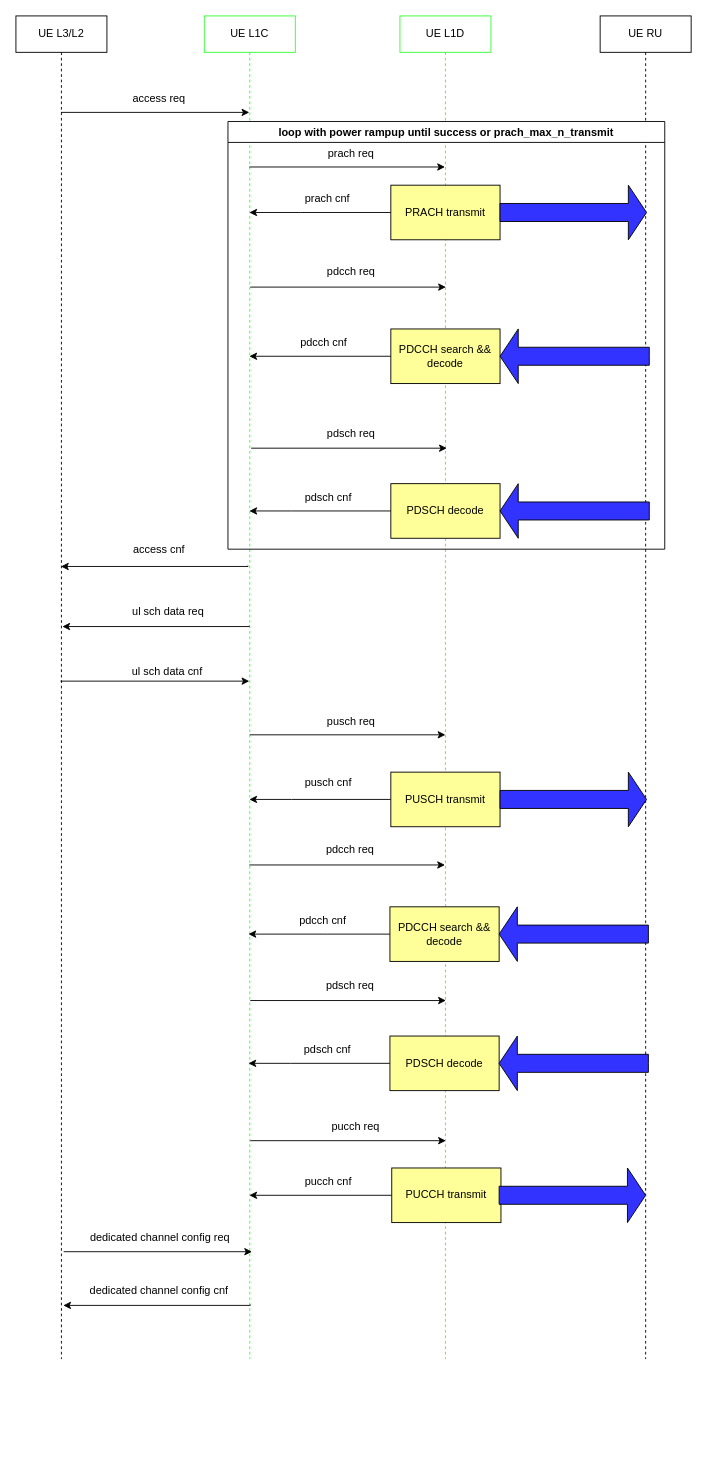
wubobupt/drawio keeps this draw.io diagram as page "random access procedure" (13 of 15) of 1.drawio. Above is the earlier version. Source tidied: cells renumbered, new cells numbered last; positions are measured from the earlier drawing's top-left corner, leaving out a move shared by most shapes. Both pictures are drawn from the tidied source at 91%, with x=0, y=0 at pixel (15, 15).
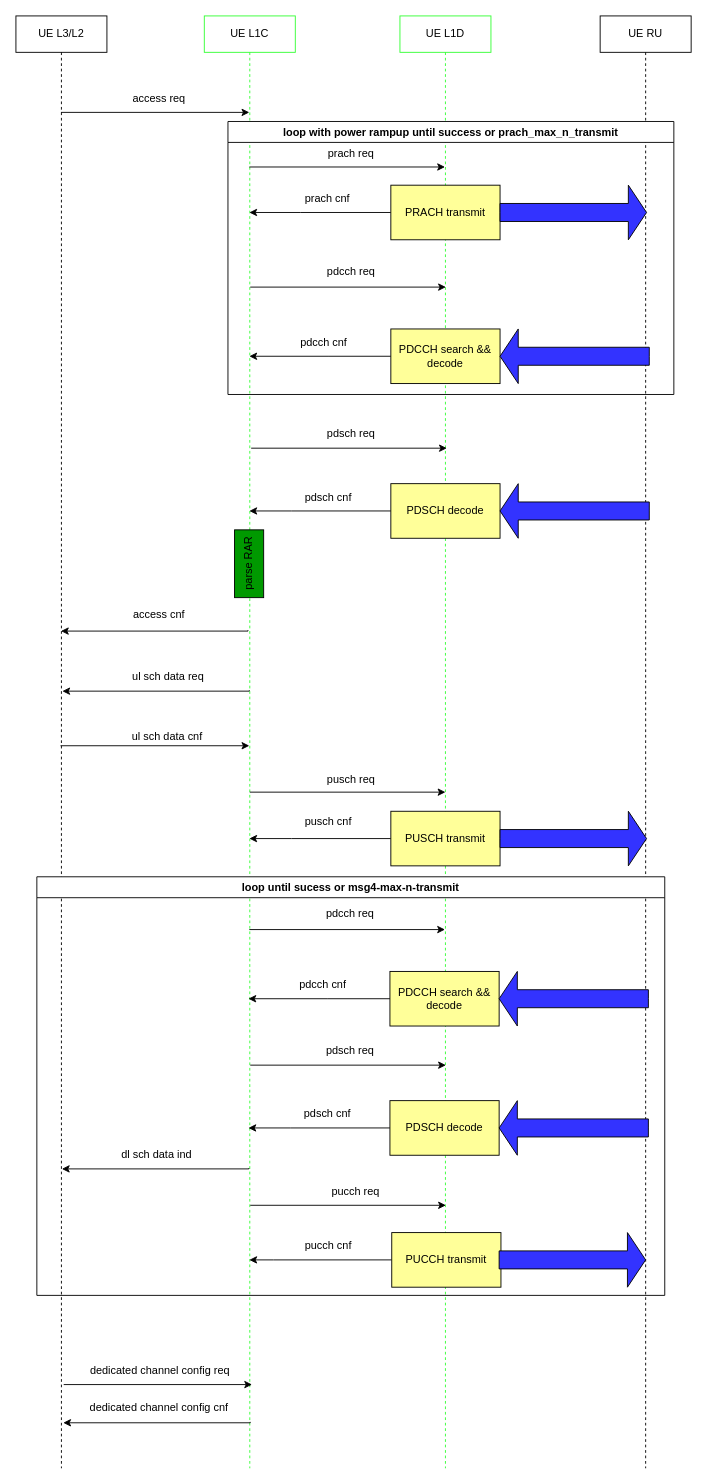
After the change.

Change to the diagram source:
```diff
@@
     <mxCell id="2" value="UE L3/L2" style="shape=umlLifeline;perimeter=lifelinePerimeter;whiteSpace=wrap;html=1;newEdgeStyle={&quot;curved&quot;:0,&quot;rounded&quot;:0};" parent="1" vertex="1">
-      <mxGeometry width="100" height="1476" as="geometry" />
+      <mxGeometry width="100" height="1596" as="geometry" />
     </mxCell>
     <mxCell id="3" value="UE L1C" style="shape=umlLifeline;perimeter=lifelinePerimeter;whiteSpace=wrap;html=1;outlineConnect=0;portConstraint=eastwest;newEdgeStyle={&quot;curved&quot;:0,&quot;rounded&quot;:0};strokeColor=#33FF33;" parent="1" vertex="1">
-      <mxGeometry x="207" width="100" height="1476" as="geometry" />
+      <mxGeometry x="207" width="100" height="1596" as="geometry" />
     </mxCell>
     <mxCell id="4" value="UE L1D" style="shape=umlLifeline;perimeter=lifelinePerimeter;whiteSpace=wrap;html=1;newEdgeStyle={&quot;curved&quot;:0,&quot;rounded&quot;:0};strokeColor=#33FF33;" parent="1" vertex="1">
-      <mxGeometry x="422" width="100" height="1476" as="geometry" />
+      <mxGeometry x="422" width="100" height="1596" as="geometry" />
     </mxCell>
     <mxCell id="5" value="UE RU" style="shape=umlLifeline;perimeter=lifelinePerimeter;whiteSpace=wrap;html=1;newEdgeStyle={&quot;curved&quot;:0,&quot;rounded&quot;:0};" parent="1" vertex="1">
-      <mxGeometry x="642" width="100" height="1476" as="geometry" />
+      <mxGeometry x="642" width="100" height="1596" as="geometry" />
     </mxCell>
@@
     <mxCell id="14" style="edgeStyle=orthogonalEdgeStyle;rounded=0;orthogonalLoop=1;jettySize=auto;html=1;exitX=0;exitY=0.5;exitDx=0;exitDy=0;" parent="1" edge="1">
       <mxGeometry relative="1" as="geometry">
-        <mxPoint x="255" y="604" as="sourcePoint" />
-        <mxPoint x="49.5" y="605" as="targetPoint" />
+        <mxPoint x="255" y="675" as="sourcePoint" />
+        <mxPoint x="49.5" y="676" as="targetPoint" />
         <Array as="points">
-          <mxPoint x="255" y="605" />
+          <mxPoint x="255" y="676" />
         </Array>
       </mxGeometry>
     </mxCell>
     <mxCell id="15" value="access cnf" style="text;html=1;align=center;verticalAlign=middle;strokeColor=none;fillColor=none;" parent="1" vertex="1">
-      <mxGeometry x="117" y="572" width="80" height="30" as="geometry" />
+      <mxGeometry x="117" y="643" width="80" height="30" as="geometry" />
     </mxCell>
@@
     <mxCell id="22" style="edgeStyle=none;orthogonalLoop=1;jettySize=auto;html=1;rounded=0;" parent="1" edge="1">
       <mxGeometry relative="1" as="geometry">
-        <mxPoint x="52.5" y="1358" as="sourcePoint" />
-        <mxPoint x="259.5" y="1358" as="targetPoint" />
+        <mxPoint x="52.5" y="1504" as="sourcePoint" />
+        <mxPoint x="259.5" y="1504" as="targetPoint" />
       </mxGeometry>
     </mxCell>
     <mxCell id="23" value="dedicated channel config req" style="text;html=1;align=center;verticalAlign=middle;strokeColor=none;fillColor=none;" parent="1" vertex="1">
-      <mxGeometry x="68" y="1328" width="180" height="30" as="geometry" />
+      <mxGeometry x="68" y="1474" width="180" height="30" as="geometry" />
     </mxCell>
     <mxCell id="24" style="edgeStyle=orthogonalEdgeStyle;rounded=0;orthogonalLoop=1;jettySize=auto;html=1;exitX=0;exitY=0.5;exitDx=0;exitDy=0;" parent="1" edge="1">
       <mxGeometry relative="1" as="geometry">
-        <mxPoint x="257.5" y="1416" as="sourcePoint" />
-        <mxPoint x="52" y="1417" as="targetPoint" />
+        <mxPoint x="257.5" y="1545" as="sourcePoint" />
+        <mxPoint x="52" y="1546" as="targetPoint" />
         <Array as="points">
-          <mxPoint x="257.5" y="1417" />
+          <mxPoint x="257.5" y="1546" />
         </Array>
       </mxGeometry>
     </mxCell>
     <mxCell id="25" value="dedicated channel config cnf" style="text;html=1;align=center;verticalAlign=middle;strokeColor=none;fillColor=none;" parent="1" vertex="1">
-      <mxGeometry x="67" y="1386" width="180" height="30" as="geometry" />
+      <mxGeometry x="67" y="1515" width="180" height="30" as="geometry" />
     </mxCell>
@@
     <mxCell id="32" style="edgeStyle=none;orthogonalLoop=1;jettySize=auto;html=1;rounded=0;" parent="1" edge="1">
       <mxGeometry relative="1" as="geometry">
-        <mxPoint x="257" y="790" as="sourcePoint" />
-        <mxPoint x="472" y="790" as="targetPoint" />
+        <mxPoint x="257" y="853" as="sourcePoint" />
+        <mxPoint x="472" y="853" as="targetPoint" />
       </mxGeometry>
     </mxCell>
     <mxCell id="33" value="pusch req" style="text;html=1;align=center;verticalAlign=middle;strokeColor=none;fillColor=none;" parent="1" vertex="1">
-      <mxGeometry x="328" y="761" width="80" height="30" as="geometry" />
+      <mxGeometry x="328" y="824" width="80" height="30" as="geometry" />
     </mxCell>
     <mxCell id="34" style="edgeStyle=orthogonalEdgeStyle;rounded=0;jettySize=auto;html=1;exitX=0;exitY=0.5;exitDx=0;exitDy=0;" parent="1" edge="1" source="35">
       <mxGeometry relative="1" as="geometry">
-        <mxPoint x="256.5" y="861" as="targetPoint" />
+        <mxPoint x="256.5" y="904" as="targetPoint" />
         <Array as="points">
-          <mxPoint x="303" y="861" />
-          <mxPoint x="303" y="861" />
+          <mxPoint x="303" y="904" />
+          <mxPoint x="303" y="904" />
         </Array>
       </mxGeometry>
     </mxCell>
     <mxCell id="35" value="PUSCH transmit" style="whiteSpace=wrap;html=1;fillColor=#FFFF99;" parent="1" vertex="1">
-      <mxGeometry x="412" y="831" width="120" height="60" as="geometry" />
+      <mxGeometry x="412" y="874" width="120" height="60" as="geometry" />
     </mxCell>
     <mxCell id="36" value="pusch cnf" style="text;html=1;align=center;verticalAlign=middle;strokeColor=none;fillColor=none;" parent="1" vertex="1">
-      <mxGeometry x="308" y="828" width="70" height="30" as="geometry" />
+      <mxGeometry x="308" y="871" width="70" height="30" as="geometry" />
     </mxCell>
     <mxCell id="37" style="html=1;shadow=0;dashed=0;align=center;verticalAlign=middle;shape=mxgraph.arrows2.arrow;dy=0.67;dx=20;notch=0;rotation=0;fillColor=#3333FF;" parent="1" vertex="1">
-      <mxGeometry x="532" y="831" width="161" height="60" as="geometry" />
+      <mxGeometry x="532" y="874" width="161" height="60" as="geometry" />
     </mxCell>
     <mxCell id="38" style="edgeStyle=orthogonalEdgeStyle;rounded=0;jettySize=auto;html=1;exitX=0;exitY=0.5;exitDx=0;exitDy=0;" parent="1" edge="1" source="39">
       <mxGeometry relative="1" as="geometry">
-        <mxPoint x="255.5" y="1009" as="targetPoint" />
+        <mxPoint x="255.5" y="1080" as="targetPoint" />
         <Array as="points">
-          <mxPoint x="342" y="1009" />
-          <mxPoint x="342" y="1009" />
+          <mxPoint x="342" y="1080" />
+          <mxPoint x="342" y="1080" />
         </Array>
       </mxGeometry>
     </mxCell>
     <mxCell id="39" value="PDCCH search &amp;amp;&amp;amp; decode" style="whiteSpace=wrap;html=1;fillColor=#FFFF99;" parent="1" vertex="1">
-      <mxGeometry x="411" y="979" width="120" height="60" as="geometry" />
+      <mxGeometry x="411" y="1050" width="120" height="60" as="geometry" />
     </mxCell>
     <mxCell id="40" style="html=1;shadow=0;dashed=0;align=center;verticalAlign=middle;shape=mxgraph.arrows2.arrow;dy=0.67;dx=20;notch=0;rotation=-180;fillColor=#3333FF;" parent="1" vertex="1">
-      <mxGeometry x="531" y="979" width="164" height="60" as="geometry" />
+      <mxGeometry x="531" y="1050" width="164" height="60" as="geometry" />
     </mxCell>
     <mxCell id="41" value="pdcch cnf" style="text;html=1;align=center;verticalAlign=middle;strokeColor=none;fillColor=none;" parent="1" vertex="1">
-      <mxGeometry x="302" y="979" width="70" height="30" as="geometry" />
+      <mxGeometry x="302" y="1050" width="70" height="30" as="geometry" />
     </mxCell>
     <mxCell id="42" style="edgeStyle=none;orthogonalLoop=1;jettySize=auto;html=1;rounded=0;" parent="1" edge="1">
       <mxGeometry relative="1" as="geometry">
-        <mxPoint x="257.5" y="1082" as="sourcePoint" />
-        <mxPoint x="472.5" y="1082" as="targetPoint" />
+        <mxPoint x="257.5" y="1153" as="sourcePoint" />
+        <mxPoint x="472.5" y="1153" as="targetPoint" />
       </mxGeometry>
     </mxCell>
     <mxCell id="43" value="pdsch req" style="text;html=1;align=center;verticalAlign=middle;strokeColor=none;fillColor=none;" parent="1" vertex="1">
-      <mxGeometry x="327" y="1051" width="80" height="30" as="geometry" />
+      <mxGeometry x="327" y="1122" width="80" height="30" as="geometry" />
     </mxCell>
     <mxCell id="44" style="edgeStyle=orthogonalEdgeStyle;rounded=0;jettySize=auto;html=1;exitX=0;exitY=0.5;exitDx=0;exitDy=0;" parent="1" edge="1" source="45">
       <mxGeometry relative="1" as="geometry">
-        <mxPoint x="255.5" y="1151" as="targetPoint" />
+        <mxPoint x="255.5" y="1222" as="targetPoint" />
         <Array as="points">
-          <mxPoint x="302" y="1151" />
-          <mxPoint x="302" y="1151" />
+          <mxPoint x="302" y="1222" />
+          <mxPoint x="302" y="1222" />
         </Array>
       </mxGeometry>
     </mxCell>
     <mxCell id="45" value="PDSCH decode" style="whiteSpace=wrap;html=1;fillColor=#FFFF99;" parent="1" vertex="1">
-      <mxGeometry x="411" y="1121" width="120" height="60" as="geometry" />
+      <mxGeometry x="411" y="1192" width="120" height="60" as="geometry" />
     </mxCell>
     <mxCell id="46" value="pdsch cnf" style="text;html=1;align=center;verticalAlign=middle;strokeColor=none;fillColor=none;" parent="1" vertex="1">
-      <mxGeometry x="307" y="1121" width="70" height="30" as="geometry" />
+      <mxGeometry x="307" y="1192" width="70" height="30" as="geometry" />
     </mxCell>
     <mxCell id="47" style="html=1;shadow=0;dashed=0;align=center;verticalAlign=middle;shape=mxgraph.arrows2.arrow;dy=0.67;dx=20;notch=0;rotation=-180;fillColor=#3333FF;" parent="1" vertex="1">
-      <mxGeometry x="531" y="1121" width="164" height="60" as="geometry" />
+      <mxGeometry x="531" y="1192" width="164" height="60" as="geometry" />
     </mxCell>
     <mxCell id="48" style="edgeStyle=none;orthogonalLoop=1;jettySize=auto;html=1;rounded=0;" parent="1" edge="1">
       <mxGeometry relative="1" as="geometry">
-        <mxPoint x="256.5" y="933" as="sourcePoint" />
-        <mxPoint x="471.5" y="933" as="targetPoint" />
+        <mxPoint x="256.5" y="1004" as="sourcePoint" />
+        <mxPoint x="471.5" y="1004" as="targetPoint" />
       </mxGeometry>
     </mxCell>
     <mxCell id="49" value="pdcch req" style="text;html=1;align=center;verticalAlign=middle;strokeColor=none;fillColor=none;" parent="1" vertex="1">
-      <mxGeometry x="327" y="901" width="80" height="30" as="geometry" />
+      <mxGeometry x="327" y="972" width="80" height="30" as="geometry" />
     </mxCell>
     <mxCell id="50" style="edgeStyle=orthogonalEdgeStyle;rounded=0;orthogonalLoop=1;jettySize=auto;html=1;exitX=0;exitY=0.5;exitDx=0;exitDy=0;" parent="1" edge="1">
       <mxGeometry relative="1" as="geometry">
-        <mxPoint x="256.5" y="670" as="sourcePoint" />
-        <mxPoint x="51" y="671" as="targetPoint" />
+        <mxPoint x="256.5" y="741" as="sourcePoint" />
+        <mxPoint x="51" y="742" as="targetPoint" />
         <Array as="points">
-          <mxPoint x="256.5" y="671" />
+          <mxPoint x="256.5" y="742" />
         </Array>
       </mxGeometry>
     </mxCell>
     <mxCell id="51" value="ul sch data req" style="text;html=1;align=center;verticalAlign=middle;strokeColor=none;fillColor=none;" parent="1" vertex="1">
-      <mxGeometry x="117" y="640" width="100" height="30" as="geometry" />
+      <mxGeometry x="117" y="711" width="100" height="30" as="geometry" />
     </mxCell>
     <mxCell id="52" style="edgeStyle=none;orthogonalLoop=1;jettySize=auto;html=1;rounded=0;" parent="1" edge="1">
       <mxGeometry relative="1" as="geometry">
-        <mxPoint x="49" y="731" as="sourcePoint" />
-        <mxPoint x="256.5" y="731" as="targetPoint" />
+        <mxPoint x="49" y="802" as="sourcePoint" />
+        <mxPoint x="256.5" y="802" as="targetPoint" />
       </mxGeometry>
     </mxCell>
     <mxCell id="53" value="ul sch data cnf" style="text;html=1;align=center;verticalAlign=middle;strokeColor=none;fillColor=none;" parent="1" vertex="1">
-      <mxGeometry x="116" y="706" width="100" height="30" as="geometry" />
+      <mxGeometry x="116" y="777" width="100" height="30" as="geometry" />
     </mxCell>
     <mxCell id="54" style="edgeStyle=none;orthogonalLoop=1;jettySize=auto;html=1;rounded=0;" parent="1" edge="1">
       <mxGeometry relative="1" as="geometry">
-        <mxPoint x="257.5" y="1236" as="sourcePoint" />
-        <mxPoint x="472.5" y="1236" as="targetPoint" />
+        <mxPoint x="257.5" y="1307" as="sourcePoint" />
+        <mxPoint x="472.5" y="1307" as="targetPoint" />
       </mxGeometry>
     </mxCell>
     <mxCell id="55" value="pucch req" style="text;html=1;align=center;verticalAlign=middle;strokeColor=none;fillColor=none;" parent="1" vertex="1">
-      <mxGeometry x="333" y="1206" width="80" height="30" as="geometry" />
+      <mxGeometry x="333" y="1277" width="80" height="30" as="geometry" />
     </mxCell>
-    <mxCell id="56" style="edgeStyle=orthogonalEdgeStyle;rounded=0;jettySize=auto;html=1;exitX=0;exitY=0.5;exitDx=0;exitDy=0;" parent="1" edge="1" source="57" target="3">
+    <mxCell id="56" style="edgeStyle=orthogonalEdgeStyle;rounded=0;jettySize=auto;html=1;exitX=0;exitY=0.5;exitDx=0;exitDy=0;" parent="1" edge="1" source="57">
       <mxGeometry relative="1" as="geometry">
+        <mxPoint x="256.5" y="1367" as="targetPoint" />
         <Array as="points">
-          <mxPoint x="283" y="1296" />
-          <mxPoint x="283" y="1296" />
+          <mxPoint x="283" y="1367" />
+          <mxPoint x="283" y="1367" />
         </Array>
       </mxGeometry>
     </mxCell>
     <mxCell id="57" value="PUCCH transmit" style="whiteSpace=wrap;html=1;fillColor=#FFFF99;" parent="1" vertex="1">
-      <mxGeometry x="413" y="1266" width="120" height="60" as="geometry" />
+      <mxGeometry x="413" y="1337" width="120" height="60" as="geometry" />
     </mxCell>
     <mxCell id="58" style="html=1;shadow=0;dashed=0;align=center;verticalAlign=middle;shape=mxgraph.arrows2.arrow;dy=0.67;dx=20;notch=0;rotation=0;fillColor=#3333FF;" parent="1" vertex="1">
-      <mxGeometry x="531" y="1266" width="161" height="60" as="geometry" />
+      <mxGeometry x="531" y="1337" width="161" height="60" as="geometry" />
     </mxCell>
     <mxCell id="59" value="pucch cnf" style="text;html=1;align=center;verticalAlign=middle;strokeColor=none;fillColor=none;" parent="1" vertex="1">
-      <mxGeometry x="308" y="1266" width="70" height="30" as="geometry" />
+      <mxGeometry x="308" y="1337" width="70" height="30" as="geometry" />
     </mxCell>
     <mxCell id="60" value="loop with power rampup until success or prach_max_n_transmit" style="swimlane;whiteSpace=wrap;html=1;" parent="1" vertex="1">
-      <mxGeometry x="233" y="116" width="480" height="470" as="geometry" />
+      <mxGeometry x="233" y="116" width="490" height="300" as="geometry" />
     </mxCell>
+    <mxCell id="61" style="edgeStyle=orthogonalEdgeStyle;rounded=0;orthogonalLoop=1;jettySize=auto;html=1;exitX=0;exitY=0.5;exitDx=0;exitDy=0;" parent="1" edge="1">
+      <mxGeometry relative="1" as="geometry">
+        <mxPoint x="256" y="1266" as="sourcePoint" />
+        <mxPoint x="50.5" y="1267" as="targetPoint" />
+        <Array as="points">
+          <mxPoint x="256" y="1267" />
+        </Array>
+      </mxGeometry>
+    </mxCell>
+    <mxCell id="62" value="dl sch data ind&amp;nbsp;" style="text;html=1;align=center;verticalAlign=middle;strokeColor=none;fillColor=none;" parent="1" vertex="1">
+      <mxGeometry x="105.5" y="1236" width="100" height="30" as="geometry" />
+    </mxCell>
+    <mxCell id="63" value="loop until sucess or msg4-max-n-transmit" style="swimlane;whiteSpace=wrap;html=1;" parent="1" vertex="1">
+      <mxGeometry x="23" y="946" width="690" height="460" as="geometry" />
+    </mxCell>
+    <mxCell id="64" value="parse RAR" style="rounded=0;whiteSpace=wrap;html=1;fillColor=#009900;rotation=-90;" parent="1" vertex="1">
+      <mxGeometry x="219" y="586" width="74.5" height="32" as="geometry" />
+    </mxCell>
```
